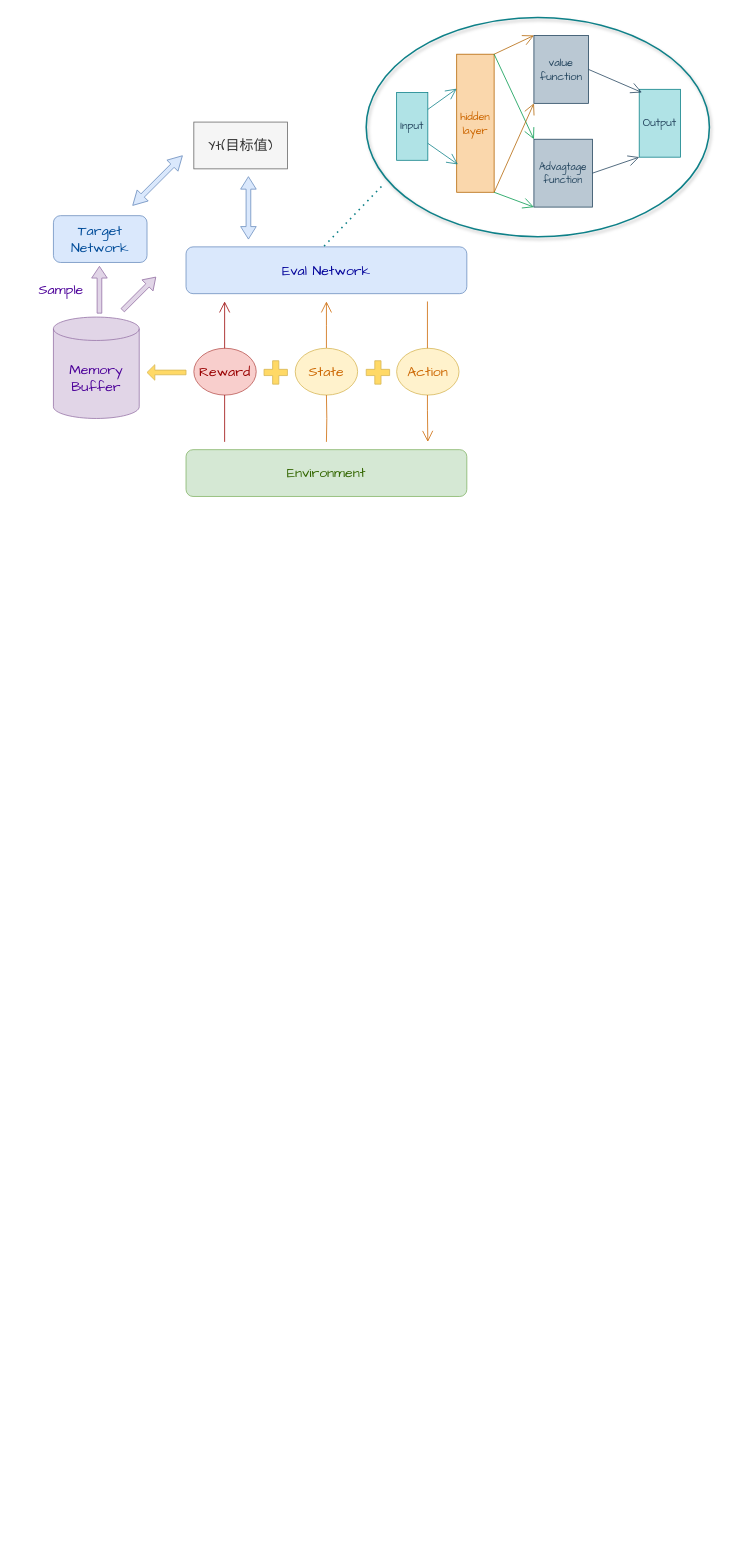
cola1998/CSDN- keeps this draw.io diagram as Untitled Diagram.drawio. Above is the earlier version. Source tidied: cells renumbered, new cells numbered last; positions are measured from the earlier drawing's top-left corner, leaving out a move shared by most shapes. Both pictures are drawn from the tidied source at 78%, with x=0, y=0 at pixel (37, 17).
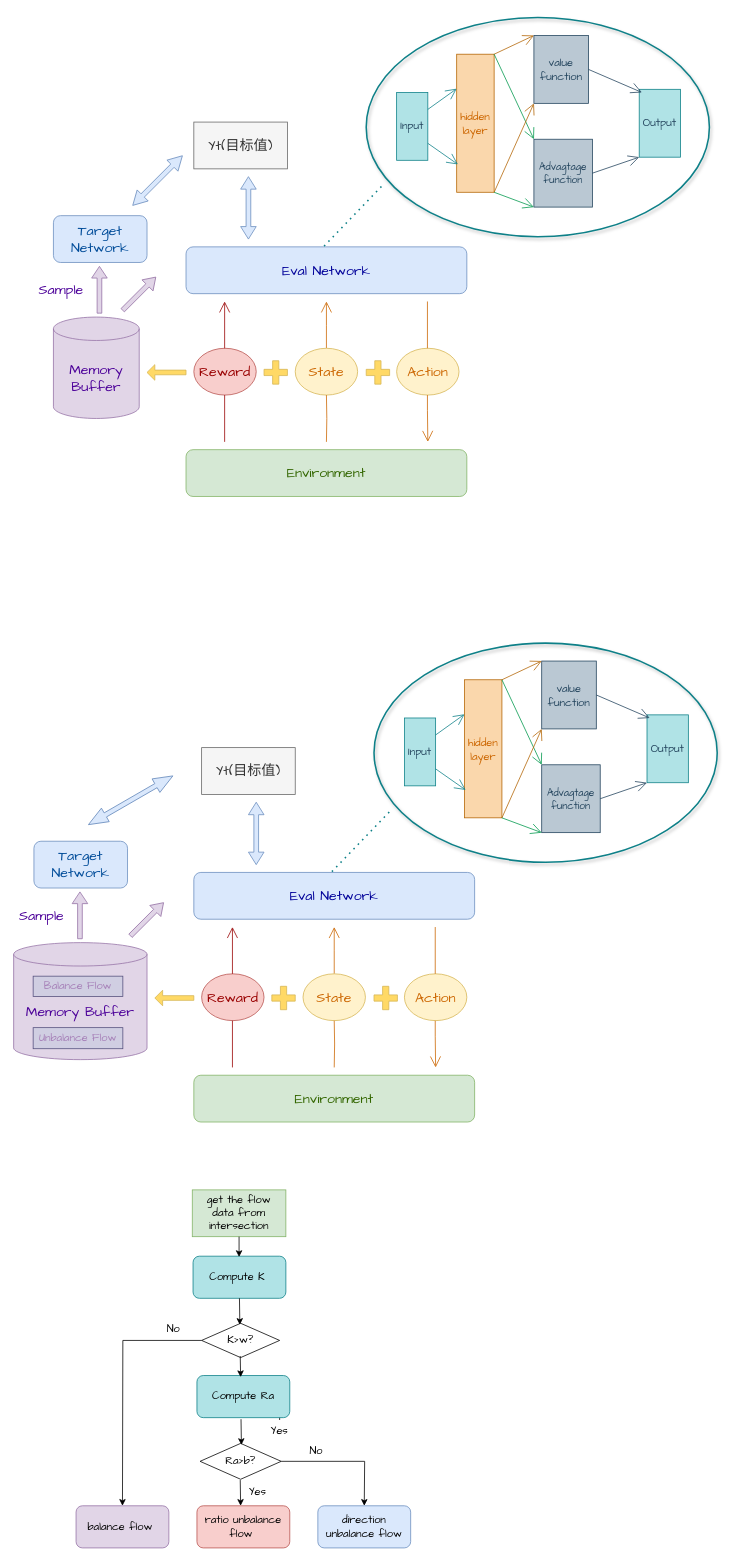
After the change.

What changed in the source:
```diff
@@
+    <mxCell id="39" value="&lt;font color=&quot;#336600&quot; face=&quot;Comic Sans MS&quot; style=&quot;font-size: 18px&quot;&gt;Environment&lt;/font&gt;" style="rounded=1;whiteSpace=wrap;html=1;fillColor=#d5e8d4;strokeColor=#82b366;" parent="1" vertex="1">
+      <mxGeometry x="200" y="1356" width="360" height="60" as="geometry" />
+    </mxCell>
+    <mxCell id="40" value="&lt;div&gt;&lt;font color=&quot;#000099&quot; face=&quot;Comic Sans MS&quot; style=&quot;font-size: 18px&quot;&gt;Eval &lt;/font&gt;&lt;font color=&quot;#000099&quot; face=&quot;Comic Sans MS&quot; style=&quot;font-size: 18px&quot;&gt;Network&lt;/font&gt;&lt;/div&gt;" style="rounded=1;whiteSpace=wrap;html=1;fillColor=#dae8fc;strokeColor=#6c8ebf;" parent="1" vertex="1">
+      <mxGeometry x="200" y="1096" width="360" height="60" as="geometry" />
+    </mxCell>
+    <mxCell id="41" value="&lt;font color=&quot;#004c99&quot; face=&quot;Comic Sans MS&quot; style=&quot;font-size: 18px&quot;&gt;Target Network&lt;/font&gt;" style="rounded=1;whiteSpace=wrap;html=1;fillColor=#dae8fc;strokeColor=#6c8ebf;" parent="1" vertex="1">
+      <mxGeometry x="-5" y="1056" width="120" height="60" as="geometry" />
+    </mxCell>
+    <mxCell id="42" value="&lt;font color=&quot;#cc6600&quot;&gt;Action&lt;/font&gt;" style="ellipse;whiteSpace=wrap;html=1;fontFamily=Comic Sans MS;fontSize=18;fillColor=#fff2cc;strokeColor=#d6b656;" parent="1" vertex="1">
+      <mxGeometry x="470" y="1226" width="80" height="60" as="geometry" />
+    </mxCell>
+    <mxCell id="43" value="&lt;font color=&quot;#990000&quot; face=&quot;Comic Sans MS&quot; style=&quot;font-size: 18px&quot;&gt;Reward&lt;/font&gt;" style="ellipse;whiteSpace=wrap;html=1;fillColor=#f8cecc;strokeColor=#b85450;" parent="1" vertex="1">
+      <mxGeometry x="210" y="1226" width="80" height="60" as="geometry" />
+    </mxCell>
+    <mxCell id="44" value="&lt;font color=&quot;#4c0099&quot; face=&quot;Comic Sans MS&quot; style=&quot;font-size: 18px&quot;&gt;Memory Buffer&lt;/font&gt;" style="shape=cylinder3;whiteSpace=wrap;html=1;boundedLbl=1;backgroundOutline=1;size=15;fillColor=#e1d5e7;strokeColor=#9673a6;" parent="1" vertex="1">
+      <mxGeometry x="-31" y="1186" width="171" height="150" as="geometry" />
+    </mxCell>
+    <mxCell id="45" value="Yt(目标值)" style="rounded=0;whiteSpace=wrap;html=1;fontFamily=Comic Sans MS;fontSize=18;fontColor=#333333;fillColor=#f5f5f5;strokeColor=#666666;" parent="1" vertex="1">
+      <mxGeometry x="210" y="936" width="120" height="60" as="geometry" />
+    </mxCell>
+    <mxCell id="46" style="endArrow=open;endFill=1;endSize=12;html=1;rounded=0;fontFamily=Comic Sans MS;fontSize=18;fontColor=#4C0099;edgeStyle=orthogonalEdgeStyle;exitX=0.5;exitY=0;exitDx=0;exitDy=0;startArrow=none;strokeColor=#CC6600;" parent="1" edge="1" source="47">
+      <mxGeometry relative="1" as="geometry">
+        <mxPoint x="380" y="1166" as="targetPoint" />
+      </mxGeometry>
+    </mxCell>
+    <mxCell id="47" value="&lt;font color=&quot;#cc6600&quot;&gt;State&lt;/font&gt;" style="ellipse;whiteSpace=wrap;html=1;fontFamily=Comic Sans MS;fontSize=18;fillColor=#fff2cc;strokeColor=#d6b656;" parent="1" vertex="1">
+      <mxGeometry x="340" y="1226" width="80" height="60" as="geometry" />
+    </mxCell>
+    <mxCell id="48" style="endArrow=none;endFill=1;endSize=12;html=1;rounded=0;fontFamily=Comic Sans MS;fontSize=18;fontColor=#4C0099;edgeStyle=orthogonalEdgeStyle;entryX=0.5;entryY=1;entryDx=0;entryDy=0;strokeColor=#CC6600;" parent="1" edge="1" target="47">
+      <mxGeometry relative="1" as="geometry">
+        <mxPoint x="380" y="1346" as="sourcePoint" />
+      </mxGeometry>
+    </mxCell>
+    <mxCell id="49" style="endArrow=open;endFill=1;endSize=12;html=1;rounded=0;fontFamily=Comic Sans MS;fontSize=18;fontColor=#4C0099;edgeStyle=orthogonalEdgeStyle;exitX=0.5;exitY=0;exitDx=0;exitDy=0;startArrow=none;strokeColor=#CC6600;" parent="1" edge="1">
+      <mxGeometry relative="1" as="geometry">
+        <mxPoint x="509.5" y="1286" as="sourcePoint" />
+        <mxPoint x="510" y="1346" as="targetPoint" />
+        <Array as="points">
+          <mxPoint x="510" y="1306" />
+          <mxPoint x="510" y="1306" />
+        </Array>
+      </mxGeometry>
+    </mxCell>
+    <mxCell id="50" style="endArrow=none;endFill=1;endSize=12;html=1;rounded=0;fontFamily=Comic Sans MS;fontSize=18;fontColor=#4C0099;edgeStyle=orthogonalEdgeStyle;entryX=0.5;entryY=1;entryDx=0;entryDy=0;strokeColor=#CC6600;" parent="1" edge="1">
+      <mxGeometry relative="1" as="geometry">
+        <mxPoint x="509.5" y="1226" as="sourcePoint" />
+        <mxPoint x="509.5" y="1166" as="targetPoint" />
+      </mxGeometry>
+    </mxCell>
+    <mxCell id="51" style="endArrow=open;endFill=1;endSize=12;html=1;rounded=0;fontFamily=Comic Sans MS;fontSize=18;fontColor=#4C0099;edgeStyle=orthogonalEdgeStyle;exitX=0.5;exitY=0;exitDx=0;exitDy=0;startArrow=none;strokeColor=#990000;" parent="1" edge="1">
+      <mxGeometry relative="1" as="geometry">
+        <mxPoint x="249.5" y="1226" as="sourcePoint" />
+        <mxPoint x="249.5" y="1166" as="targetPoint" />
+      </mxGeometry>
+    </mxCell>
+    <mxCell id="52" style="endArrow=none;endFill=1;endSize=12;html=1;rounded=0;fontFamily=Comic Sans MS;fontSize=18;fontColor=#4C0099;edgeStyle=orthogonalEdgeStyle;entryX=0.5;entryY=1;entryDx=0;entryDy=0;strokeColor=#990000;" parent="1" edge="1">
+      <mxGeometry relative="1" as="geometry">
+        <mxPoint x="249.5" y="1346" as="sourcePoint" />
+        <mxPoint x="249.5" y="1286" as="targetPoint" />
+      </mxGeometry>
+    </mxCell>
+    <mxCell id="53" style="shape=cross;whiteSpace=wrap;html=1;fontFamily=Comic Sans MS;fontSize=18;size=0.26666666666666666;fillColor=#FFD966;strokeColor=#d6b656;" parent="1" vertex="1">
+      <mxGeometry x="431" y="1242" width="30" height="30" as="geometry" />
+    </mxCell>
+    <mxCell id="54" style="shape=cross;whiteSpace=wrap;html=1;fontFamily=Comic Sans MS;fontSize=18;size=0.26666666666666666;fillColor=#FFD966;strokeColor=#d6b656;" parent="1" vertex="1">
+      <mxGeometry x="300" y="1242" width="30" height="30" as="geometry" />
+    </mxCell>
+    <mxCell id="55" style="shape=singleArrow;direction=west;whiteSpace=wrap;html=1;fontFamily=Comic Sans MS;fontSize=18;fontColor=#CC6600;fillColor=#FFD966;strokeColor=#D6B656;" parent="1" vertex="1">
+      <mxGeometry x="150" y="1247" width="50" height="20" as="geometry" />
+    </mxCell>
+    <mxCell id="56" style="html=1;shadow=0;dashed=0;align=center;verticalAlign=middle;shape=mxgraph.arrows2.arrow;dy=0.7;dx=15;direction=north;notch=0;fontFamily=Comic Sans MS;fontSize=18;strokeColor=#9673a6;fillColor=#e1d5e7;" parent="1" vertex="1">
+      <mxGeometry x="44" y="1121" width="20" height="60" as="geometry" />
+    </mxCell>
+    <mxCell id="57" value="&lt;font color=&quot;#4c0099&quot;&gt;Sample&lt;/font&gt;" style="text;html=1;strokeColor=none;fillColor=none;align=center;verticalAlign=middle;whiteSpace=wrap;rounded=0;fontFamily=Comic Sans MS;fontSize=18;fontColor=#CC6600;" parent="1" vertex="1">
+      <mxGeometry x="-25" y="1136" width="60" height="30" as="geometry" />
+    </mxCell>
+    <mxCell id="58" style="html=1;shadow=0;dashed=0;align=center;verticalAlign=middle;shape=mxgraph.arrows2.arrow;dy=0.7;dx=15;direction=north;notch=0;fontFamily=Comic Sans MS;fontSize=18;strokeColor=#9673a6;fillColor=#e1d5e7;rotation=45;" parent="1" vertex="1">
+      <mxGeometry x="130" y="1126" width="20" height="60" as="geometry" />
+    </mxCell>
+    <mxCell id="59" style="shape=doubleArrow;direction=south;whiteSpace=wrap;html=1;fontFamily=Comic Sans MS;fontSize=18;strokeColor=#6c8ebf;fillColor=#dae8fc;" parent="1" vertex="1">
+      <mxGeometry x="270" y="1006" width="20" height="80" as="geometry" />
+    </mxCell>
+    <mxCell id="60" style="shape=doubleArrow;direction=south;whiteSpace=wrap;html=1;fontFamily=Comic Sans MS;fontSize=18;strokeColor=#6c8ebf;fillColor=#dae8fc;rotation=60;" parent="1" vertex="1">
+      <mxGeometry x="109" y="941" width="20" height="125" as="geometry" />
+    </mxCell>
+    <mxCell id="61" value="&lt;div style=&quot;font-size: 14px&quot;&gt;&lt;font color=&quot;#23445d&quot; face=&quot;Comic Sans MS&quot; style=&quot;font-size: 14px&quot;&gt;value&lt;/font&gt;&lt;/div&gt;&lt;div style=&quot;font-size: 14px&quot;&gt;&lt;font color=&quot;#23445d&quot; face=&quot;Comic Sans MS&quot; style=&quot;font-size: 14px&quot;&gt;function&lt;/font&gt;&lt;br&gt;&lt;/div&gt;" style="rounded=0;whiteSpace=wrap;html=1;fillColor=#bac8d3;strokeColor=#23445D;" parent="1" vertex="1">
+      <mxGeometry x="646" y="825" width="70" height="87" as="geometry" />
+    </mxCell>
+    <mxCell id="62" value="&lt;div style=&quot;font-size: 13px&quot;&gt;&lt;font color=&quot;#23445d&quot; face=&quot;Comic Sans MS&quot; style=&quot;font-size: 13px&quot;&gt;Advagtage&lt;/font&gt;&lt;/div&gt;&lt;div style=&quot;font-size: 13px&quot;&gt;&lt;font color=&quot;#23445d&quot; face=&quot;Comic Sans MS&quot; style=&quot;font-size: 13px&quot;&gt;function&lt;/font&gt;&lt;br&gt;&lt;/div&gt;" style="rounded=0;whiteSpace=wrap;html=1;fillColor=#bac8d3;strokeColor=#23445d;" parent="1" vertex="1">
+      <mxGeometry x="646" y="958" width="75" height="87" as="geometry" />
+    </mxCell>
+    <mxCell id="63" value="&lt;font color=&quot;#23445d&quot; face=&quot;Comic Sans MS&quot; style=&quot;font-size: 14px&quot;&gt;Input&lt;/font&gt;" style="rounded=0;whiteSpace=wrap;html=1;fillColor=#b0e3e6;strokeColor=#0E8088;" parent="1" vertex="1">
+      <mxGeometry x="470" y="898" width="40" height="87" as="geometry" />
+    </mxCell>
+    <mxCell id="64" value="&lt;div style=&quot;font-size: 14px&quot;&gt;&lt;font color=&quot;#cc6600&quot; face=&quot;Comic Sans MS&quot; style=&quot;font-size: 14px&quot;&gt;hidden&lt;/font&gt;&lt;/div&gt;&lt;div style=&quot;font-size: 14px&quot;&gt;&lt;font color=&quot;#cc6600&quot; face=&quot;Comic Sans MS&quot; style=&quot;font-size: 14px&quot;&gt;layer&lt;/font&gt;&lt;br&gt;&lt;/div&gt;" style="rounded=0;whiteSpace=wrap;html=1;fillColor=#fad7ac;strokeColor=#B46504;" parent="1" vertex="1">
+      <mxGeometry x="547" y="849" width="48" height="177" as="geometry" />
+    </mxCell>
+    <mxCell id="65" value="&lt;font color=&quot;#23445d&quot; face=&quot;Comic Sans MS&quot; style=&quot;font-size: 14px&quot;&gt;Output&lt;/font&gt;" style="rounded=0;whiteSpace=wrap;html=1;fillColor=#b0e3e6;strokeColor=#0e8088;" parent="1" vertex="1">
+      <mxGeometry x="781" y="894" width="53" height="87" as="geometry" />
+    </mxCell>
+    <mxCell id="66" style="endArrow=open;endFill=1;endSize=12;html=1;rounded=0;entryX=0;entryY=0.25;entryDx=0;entryDy=0;exitX=1;exitY=0.25;exitDx=0;exitDy=0;strokeColor=#0E8088;" parent="1" edge="1" source="63" target="64">
+      <mxGeometry relative="1" as="geometry" />
+    </mxCell>
+    <mxCell id="67" style="endArrow=open;endFill=1;endSize=12;html=1;rounded=0;entryX=0.032;entryY=0.798;entryDx=0;entryDy=0;exitX=1;exitY=0.75;exitDx=0;exitDy=0;strokeColor=#0E8088;entryPerimeter=0;" parent="1" edge="1" source="63" target="64">
+      <mxGeometry relative="1" as="geometry" />
+    </mxCell>
+    <mxCell id="68" style="endArrow=open;endFill=1;endSize=12;html=1;rounded=0;entryX=0;entryY=0;entryDx=0;entryDy=0;exitX=1;exitY=0;exitDx=0;exitDy=0;strokeColor=#B46504;" parent="1" edge="1" source="64" target="61">
+      <mxGeometry relative="1" as="geometry" />
+    </mxCell>
+    <mxCell id="69" style="endArrow=open;endFill=1;endSize=12;html=1;rounded=0;entryX=0;entryY=0;entryDx=0;entryDy=0;exitX=1;exitY=0;exitDx=0;exitDy=0;strokeColor=#00994D;" parent="1" edge="1" source="64" target="62">
+      <mxGeometry relative="1" as="geometry" />
+    </mxCell>
+    <mxCell id="70" style="endArrow=open;endFill=1;endSize=12;html=1;rounded=0;entryX=0;entryY=1;entryDx=0;entryDy=0;exitX=1;exitY=1;exitDx=0;exitDy=0;strokeColor=#B46504;" parent="1" edge="1" source="64" target="61">
+      <mxGeometry relative="1" as="geometry" />
+    </mxCell>
+    <mxCell id="71" style="endArrow=open;endFill=1;endSize=12;html=1;rounded=0;entryX=0;entryY=1;entryDx=0;entryDy=0;exitX=1;exitY=1;exitDx=0;exitDy=0;strokeColor=#00994D;" parent="1" edge="1" source="64" target="62">
+      <mxGeometry relative="1" as="geometry" />
+    </mxCell>
+    <mxCell id="72" style="endArrow=open;endFill=1;endSize=12;html=1;rounded=0;exitX=1;exitY=0.5;exitDx=0;exitDy=0;strokeColor=#23445D;entryX=0.065;entryY=0.046;entryDx=0;entryDy=0;entryPerimeter=0;" parent="1" edge="1" source="61" target="65">
+      <mxGeometry relative="1" as="geometry" />
+    </mxCell>
+    <mxCell id="73" style="endArrow=open;endFill=1;endSize=12;html=1;rounded=0;entryX=0;entryY=1;entryDx=0;entryDy=0;strokeColor=#23445D;exitX=1;exitY=0.5;exitDx=0;exitDy=0;" parent="1" edge="1" source="62" target="65">
+      <mxGeometry relative="1" as="geometry" />
+    </mxCell>
+    <mxCell id="74" style="ellipse;whiteSpace=wrap;html=1;fontFamily=Comic Sans MS;fontSize=14;fontColor=#CC6600;strokeColor=#0E8088;fillColor=none;strokeWidth=2;perimeterSpacing=0;shadow=1;" parent="1" vertex="1">
+      <mxGeometry x="431" y="802" width="440" height="281" as="geometry" />
+    </mxCell>
+    <mxCell id="75" style="endArrow=none;dashed=1;html=1;dashPattern=1 3;strokeWidth=2;rounded=0;fontFamily=Comic Sans MS;fontSize=14;fontColor=#CC6600;strokeColor=#0E8088;" parent="1" edge="1">
+      <mxGeometry relative="1" as="geometry">
+        <mxPoint x="377" y="1095" as="sourcePoint" />
+        <mxPoint x="454" y="1015" as="targetPoint" />
+      </mxGeometry>
+    </mxCell>
+    <mxCell id="76" value="&lt;font face=&quot;Comic Sans MS&quot; style=&quot;font-size: 14px&quot; color=&quot;#a680b8&quot;&gt;Balance Flow&lt;/font&gt;" style="rounded=0;whiteSpace=wrap;html=1;fillColor=#d0cee2;strokeColor=#56517e;" parent="1" vertex="1">
+      <mxGeometry x="-6" y="1229" width="115" height="26" as="geometry" />
+    </mxCell>
+    <mxCell id="77" value="&lt;font face=&quot;Comic Sans MS&quot; style=&quot;font-size: 14px&quot; color=&quot;#a680b8&quot;&gt;Unbalance Flow&lt;/font&gt;" style="rounded=0;whiteSpace=wrap;html=1;fillColor=#d0cee2;strokeColor=#56517e;" parent="1" vertex="1">
+      <mxGeometry x="-6" y="1295" width="115" height="27" as="geometry" />
+    </mxCell>
+    <mxCell id="78" value="Compute K&amp;nbsp;" style="rounded=1;whiteSpace=wrap;html=1;fontFamily=Comic Sans MS;fontSize=14;fillColor=#b0e3e6;strokeColor=#0e8088;" parent="1" vertex="1">
+      <mxGeometry x="199" y="1588" width="119" height="54" as="geometry" />
+    </mxCell>
+    <mxCell id="79" value="&lt;font color=&quot;#000000&quot;&gt;K&amp;gt;w?&lt;/font&gt;" style="rhombus;whiteSpace=wrap;html=1;fontFamily=Comic Sans MS;fontSize=14;fontColor=#A680B8;" parent="1" vertex="1">
+      <mxGeometry x="210" y="1674" width="100" height="44" as="geometry" />
+    </mxCell>
+    <mxCell id="80" style="endArrow=classic;html=1;rounded=0;fontFamily=Comic Sans MS;fontSize=14;fontColor=#A680B8;exitX=0.5;exitY=1;exitDx=0;exitDy=0;" parent="1" edge="1" source="78">
+      <mxGeometry relative="1" as="geometry">
+        <mxPoint x="259" y="1676" as="targetPoint" />
+      </mxGeometry>
+    </mxCell>
+    <mxCell id="81" value="&lt;font color=&quot;#000000&quot;&gt;Ra&amp;gt;b?&lt;/font&gt;" style="rhombus;whiteSpace=wrap;html=1;fontFamily=Comic Sans MS;fontSize=14;fontColor=#A680B8;" parent="1" vertex="1">
+      <mxGeometry x="208" y="1828" width="104" height="46" as="geometry" />
+    </mxCell>
+    <mxCell id="82" style="endArrow=classic;html=1;rounded=0;fontFamily=Comic Sans MS;fontSize=14;fontColor=#A680B8;exitX=0.5;exitY=1;exitDx=0;exitDy=0;" parent="1" edge="1">
+      <mxGeometry relative="1" as="geometry">
+        <mxPoint x="260.5" y="1797" as="sourcePoint" />
+        <mxPoint x="261" y="1830" as="targetPoint" />
+      </mxGeometry>
+    </mxCell>
+    <mxCell id="83" value="get the flow data&amp;nbsp;from intersection" style="rounded=0;whiteSpace=wrap;html=1;fontFamily=Comic Sans MS;fontSize=14;fillColor=#d5e8d4;strokeColor=#82b366;" parent="1" vertex="1">
+      <mxGeometry x="198" y="1503" width="120" height="60" as="geometry" />
+    </mxCell>
+    <mxCell id="84" style="endArrow=classic;html=1;rounded=0;fontFamily=Comic Sans MS;fontSize=14;fontColor=#A680B8;exitX=0.5;exitY=1;exitDx=0;exitDy=0;" parent="1" edge="1" source="83">
+      <mxGeometry relative="1" as="geometry">
+        <mxPoint x="258" y="1589" as="targetPoint" />
+      </mxGeometry>
+    </mxCell>
+    <mxCell id="85" style="endArrow=classic;html=1;rounded=0;fontFamily=Comic Sans MS;fontSize=14;fontColor=#000000;exitX=0;exitY=0.5;exitDx=0;exitDy=0;entryX=0.5;entryY=0;entryDx=0;entryDy=0;" parent="1" edge="1" source="79" target="90">
+      <mxGeometry relative="1" as="geometry">
+        <Array as="points">
+          <mxPoint x="109" y="1696" />
+        </Array>
+      </mxGeometry>
+    </mxCell>
+    <mxCell id="86" value="ratio unbalance flow&amp;nbsp;" style="rounded=1;whiteSpace=wrap;html=1;fontFamily=Comic Sans MS;fontSize=14;fillColor=#f8cecc;strokeColor=#b85450;" parent="1" vertex="1">
+      <mxGeometry x="204" y="1908" width="119" height="54" as="geometry" />
+    </mxCell>
+    <mxCell id="87" value="direction unbalance flow" style="rounded=1;whiteSpace=wrap;html=1;fontFamily=Comic Sans MS;fontSize=14;fillColor=#dae8fc;strokeColor=#6c8ebf;" parent="1" vertex="1">
+      <mxGeometry x="359" y="1908" width="119" height="54" as="geometry" />
+    </mxCell>
+    <mxCell id="88" style="endArrow=classic;html=1;rounded=0;fontFamily=Comic Sans MS;fontSize=14;fontColor=#000000;exitX=1;exitY=0.5;exitDx=0;exitDy=0;entryX=0.5;entryY=0;entryDx=0;entryDy=0;" parent="1" edge="1" source="81" target="87">
+      <mxGeometry relative="1" as="geometry">
+        <Array as="points">
+          <mxPoint x="419" y="1851" />
+        </Array>
+      </mxGeometry>
+    </mxCell>
+    <mxCell id="89" style="endArrow=classic;html=1;rounded=0;fontFamily=Comic Sans MS;fontSize=14;fontColor=#A680B8;exitX=0.5;exitY=1;exitDx=0;exitDy=0;" parent="1" edge="1">
+      <mxGeometry relative="1" as="geometry">
+        <mxPoint x="259.5" y="1875" as="sourcePoint" />
+        <mxPoint x="260" y="1908" as="targetPoint" />
+      </mxGeometry>
+    </mxCell>
+    <mxCell id="90" value="balance flow&amp;nbsp;" style="rounded=1;whiteSpace=wrap;html=1;fontFamily=Comic Sans MS;fontSize=14;fillColor=#e1d5e7;strokeColor=#9673a6;" parent="1" vertex="1">
+      <mxGeometry x="49" y="1908" width="119" height="54" as="geometry" />
+    </mxCell>
+    <mxCell id="91" value="No" style="text;html=1;strokeColor=none;fillColor=none;align=center;verticalAlign=middle;whiteSpace=wrap;rounded=0;fontFamily=Comic Sans MS;fontSize=14;fontColor=#000000;" parent="1" vertex="1">
+      <mxGeometry x="143.5" y="1667" width="60" height="30" as="geometry" />
+    </mxCell>
+    <mxCell id="92" style="edgeStyle=orthogonalEdgeStyle;rounded=0;jettySize=auto;html=1;fontFamily=Comic Sans MS;fontSize=14;fontColor=#000000;" parent="1" edge="1" source="93" target="96">
+      <mxGeometry relative="1" as="geometry" />
+    </mxCell>
+    <mxCell id="93" value="Yes" style="text;html=1;strokeColor=none;fillColor=none;align=center;verticalAlign=middle;whiteSpace=wrap;rounded=0;fontFamily=Comic Sans MS;fontSize=14;fontColor=#000000;" parent="1" vertex="1">
+      <mxGeometry x="280" y="1798" width="60" height="30" as="geometry" />
+    </mxCell>
+    <mxCell id="94" value="Yes" style="text;html=1;strokeColor=none;fillColor=none;align=center;verticalAlign=middle;whiteSpace=wrap;rounded=0;fontFamily=Comic Sans MS;fontSize=14;fontColor=#000000;" parent="1" vertex="1">
+      <mxGeometry x="252" y="1876" width="60" height="30" as="geometry" />
+    </mxCell>
+    <mxCell id="95" value="No" style="text;html=1;strokeColor=none;fillColor=none;align=center;verticalAlign=middle;whiteSpace=wrap;rounded=0;fontFamily=Comic Sans MS;fontSize=14;fontColor=#000000;" parent="1" vertex="1">
+      <mxGeometry x="327" y="1823" width="60" height="30" as="geometry" />
+    </mxCell>
+    <mxCell id="96" value="Compute Ra" style="rounded=1;whiteSpace=wrap;html=1;fontFamily=Comic Sans MS;fontSize=14;fillColor=#b0e3e6;strokeColor=#0e8088;" parent="1" vertex="1">
+      <mxGeometry x="204" y="1741" width="119" height="54" as="geometry" />
+    </mxCell>
+    <mxCell id="97" style="endArrow=classic;html=1;rounded=0;fontFamily=Comic Sans MS;fontSize=14;fontColor=#A680B8;exitX=0.5;exitY=1;exitDx=0;exitDy=0;" parent="1" edge="1">
+      <mxGeometry relative="1" as="geometry">
+        <mxPoint x="259.5" y="1716" as="sourcePoint" />
+        <mxPoint x="260" y="1743" as="targetPoint" />
+      </mxGeometry>
+    </mxCell>
```
